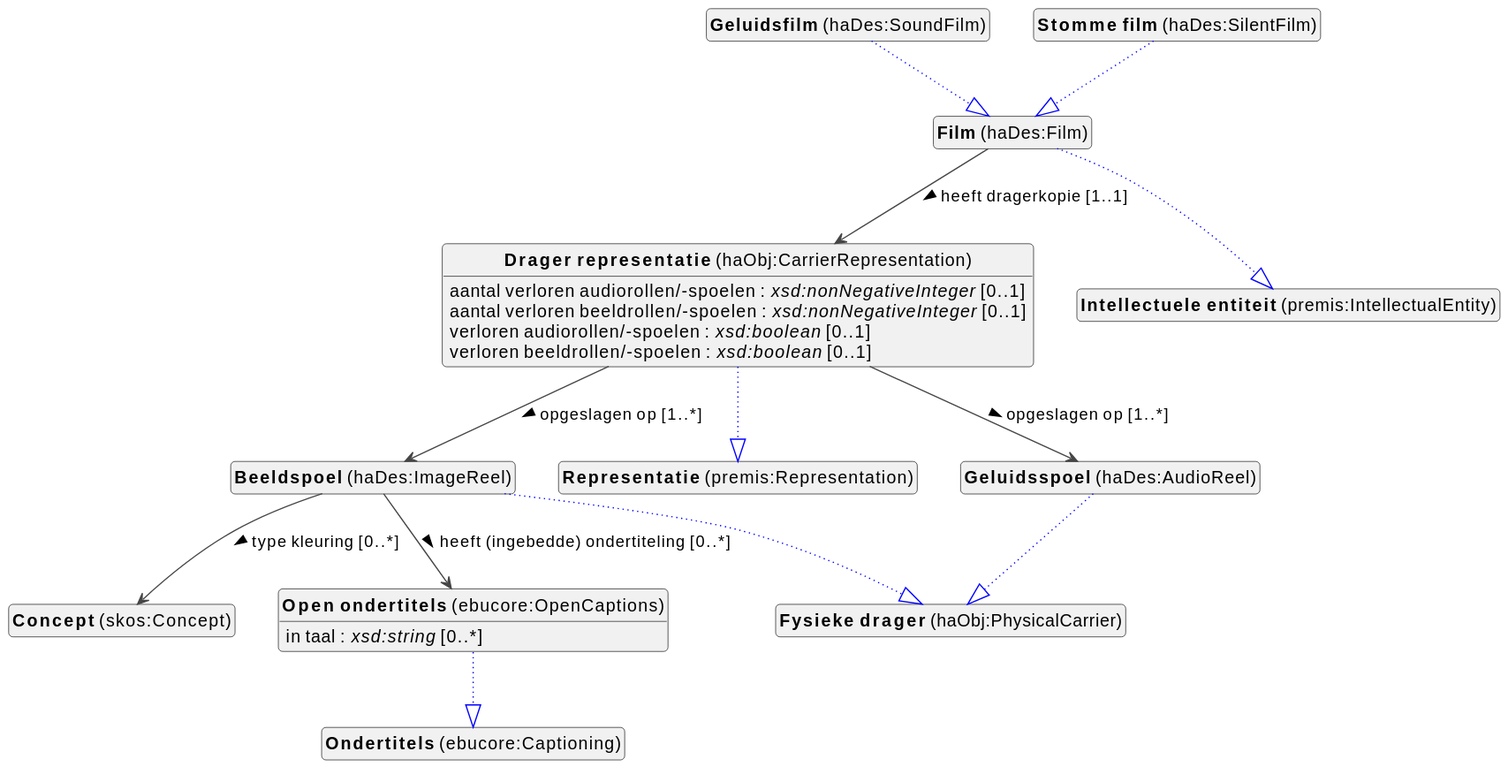
The PlantUML diagram docs/metadata/knowledge-graph/1.0.0/film/nl/film-diagram.svg in viaacode/documentation, before a commit.
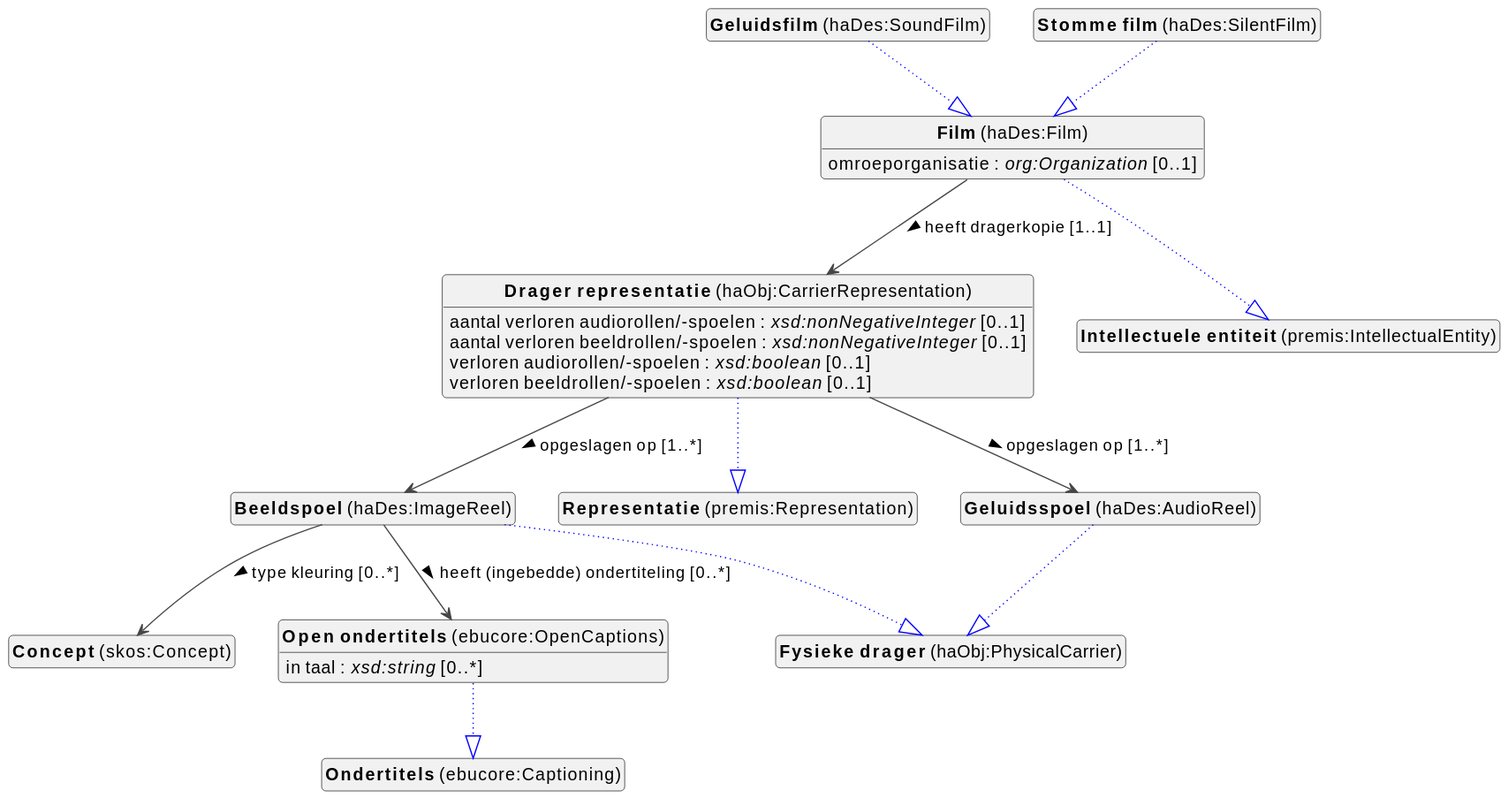
The same diagram one commit later.

What changed in the source:
```diff
@@ -12,7 +12,7 @@
 
 class "<b>Beeldspoel</b> (haDes:ImageReel)" as haDes_ImageReel [[#haDes%3AImageReel]]
 class "<b>Fysieke drager</b> (haObj:PhysicalCarrier)" as haObj_PhysicalCarrier [[#haObj%3APhysicalCarrier]]
-class "<b>Concept</b> (skos:Concept)" as skos_Concept [[../../terms/nl#skos%3AConcept]]
+class "<b>Concept</b> (skos:Concept)" as skos_Concept [[../../rights/nl#skos%3AConcept]]
 class "<b>Drager representatie</b> (haObj:CarrierRepresentation)" as haObj_CarrierRepresentation [[../../audiovisual/nl#haObj%3ACarrierRepresentation]]
 class "<b>Representatie</b> (premis:Representation)" as premis_Representation [[#premis%3ARepresentation]]
 class "<b>Film</b> (haDes:Film)" as haDes_Film [[#haDes%3AFilm]]
@@ -47,7 +47,9 @@
 
 haDes_Film --|> premis_IntellectualEntity #blue;line.dotted;text:blue
 
+haDes_Film : omroeporganisatie : <i>org:Organization</i> [0..1]
 haDes_Film --> haObj_CarrierRepresentation :heeft dragerkopie [1..1]  >
+
 
 haDes_SoundFilm --|> haDes_Film #blue;line.dotted;text:blue
 
```
